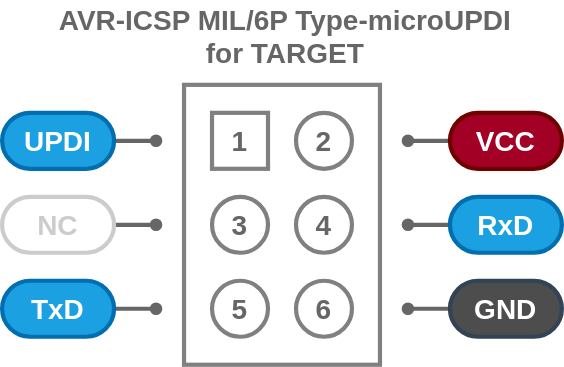
This is svg/AVR-ICSP-M6P-microUPDI.drawio.svg from askn37/askn37.github.io, a draw.io export, as it was before one commit. Source tidied: cells renumbered, new cells last; positions are measured from the earlier drawing's top-left corner, leaving out a move shared by most shapes.
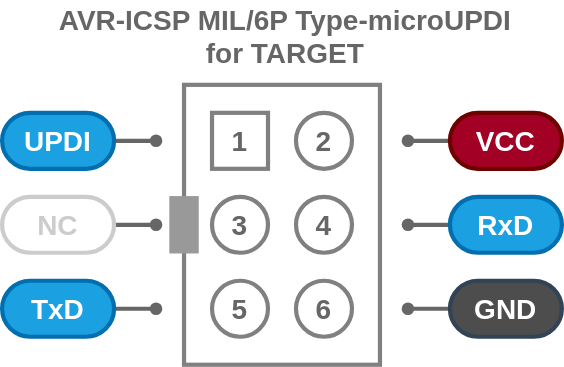
Later version of the same file.

Change to the diagram source:
```diff
@@ -76,5 +76,8 @@
     <mxCell id="21" value="TxD" style="rounded=1;whiteSpace=wrap;html=1;fontSize=20;strokeWidth=3;fontStyle=1;fillColor=#1ba1e2;strokeColor=#006EAF;fontColor=#ffffff;arcSize=50;" parent="1" vertex="1">
       <mxGeometry y="200" width="80" height="40" as="geometry" />
     </mxCell>
+    <mxCell id="22" style="rounded=0;whiteSpace=wrap;html=1;fillColor=#999999;strokeColor=#999999;" parent="1" vertex="1">
+      <mxGeometry x="120" y="140" width="20" height="40" as="geometry" />
+    </mxCell>
   </root>
 </mxGraphModel>
```
